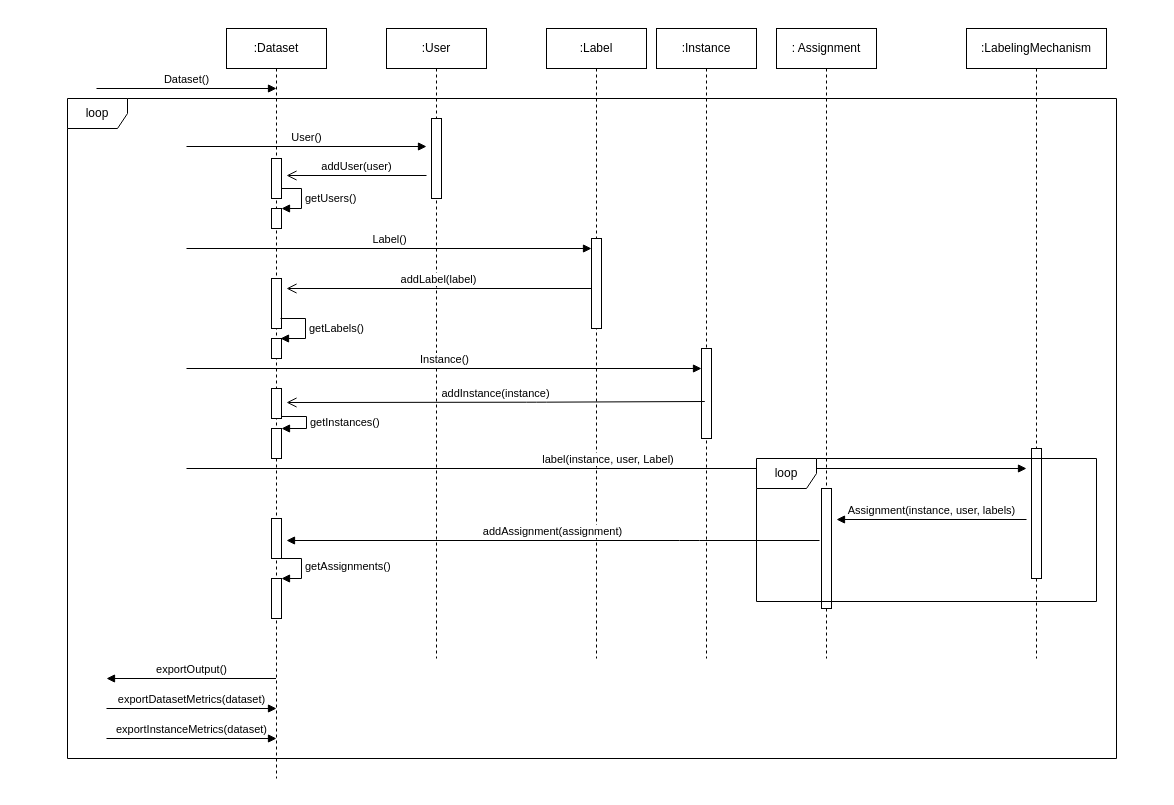
The draw.io diagram page "Page-1" (1 of 3) of iteration3/DSD.drawio in alperdokay/CSE3063F20P1_GRP20, before the edit. Source tidied: cells renumbered, new cells numbered last; positions are measured from the earlier drawing's top-left corner, leaving out a move shared by most shapes. Both pictures are drawn from the tidied source at 100%, with x=0, y=0 at pixel (67, 28).
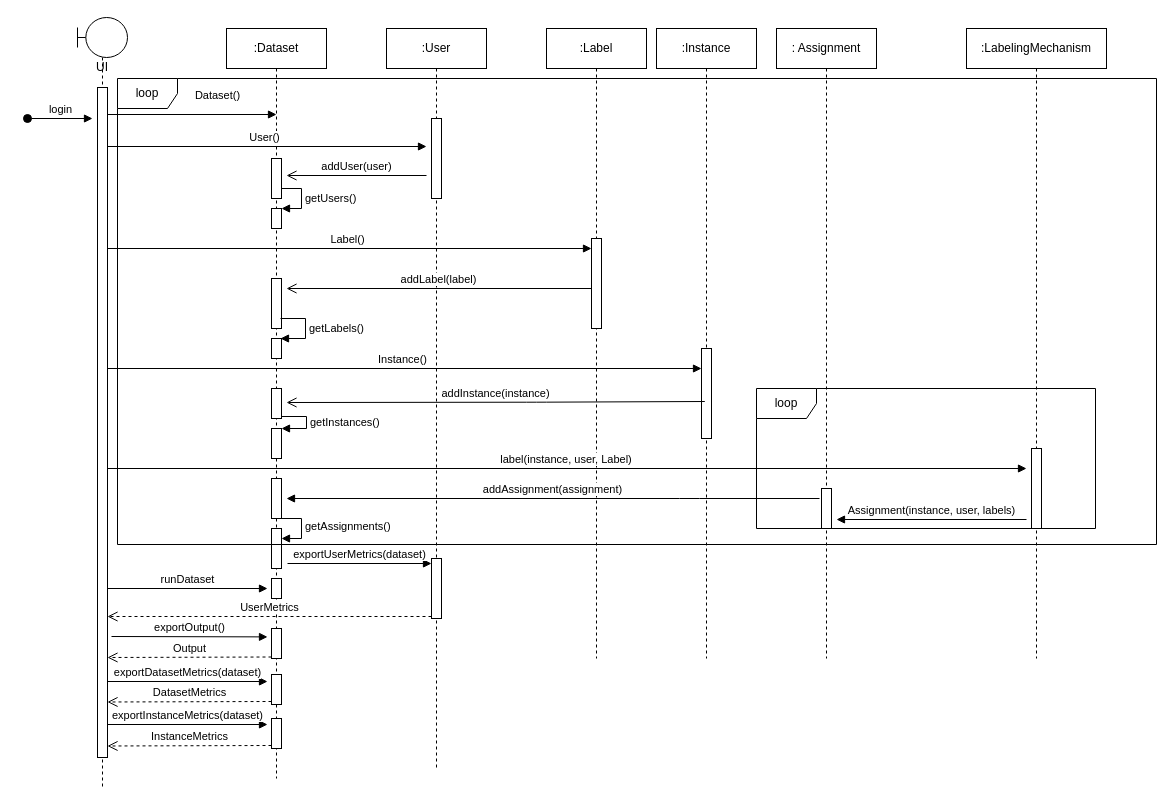
The same diagram, later.

The change refers to these unchanged cells:
```xml
<mxCell id="2" value=":Dataset" style="shape=umlLifeline;perimeter=lifelinePerimeter;whiteSpace=wrap;html=1;outlineConnect=0;" parent="1" vertex="1">
  <mxGeometry x="159" width="100" height="750" as="geometry" />
</mxCell>
<mxCell id="18" value=":Instance" style="shape=umlLifeline;perimeter=lifelinePerimeter;whiteSpace=wrap;html=1;" parent="1" vertex="1">
  <mxGeometry x="589" width="100" height="630" as="geometry" />
</mxCell>
<mxCell id="21" value=": Assignment" style="shape=umlLifeline;perimeter=lifelinePerimeter;whiteSpace=wrap;html=1;" parent="1" vertex="1">
  <mxGeometry x="709" width="100" height="630" as="geometry" />
</mxCell>
<mxCell id="23" value=":LabelingMechanism" style="shape=umlLifeline;perimeter=lifelinePerimeter;whiteSpace=wrap;html=1;" parent="1" vertex="1">
  <mxGeometry x="899" width="140" height="630" as="geometry" />
</mxCell>
```

Diff of the diagram source:
```diff
@@
-    <mxCell id="11" style="html=1;perimeter=orthogonalPerimeter;" parent="2" vertex="1">
-      <mxGeometry x="45" y="490" width="10" height="40" as="geometry" />
-    </mxCell>
-    <mxCell id="12" style="html=1;points=[];perimeter=orthogonalPerimeter;" parent="2" vertex="1">
-      <mxGeometry x="45" y="550" width="10" height="40" as="geometry" />
-    </mxCell>
+    <mxCell id="40" style="html=1;perimeter=orthogonalPerimeter;" parent="2" vertex="1">
+      <mxGeometry x="45" y="450" width="10" height="40" as="geometry" />
+    </mxCell>
+    <mxCell id="41" style="html=1;perimeter=orthogonalPerimeter;" parent="2" vertex="1">
+      <mxGeometry x="45" y="500" width="10" height="40" as="geometry" />
+    </mxCell>
-    <mxCell id="13" value="getAssignments()" style="edgeStyle=orthogonalEdgeStyle;html=1;align=left;spacingLeft=2;endArrow=block;rounded=0;entryX=1;entryY=0;" parent="2" edge="1" target="12">
+    <mxCell id="13" value="getAssignments()" style="edgeStyle=orthogonalEdgeStyle;html=1;align=left;spacingLeft=2;endArrow=block;rounded=0;entryX=1;entryY=0;" parent="2" edge="1">
       <mxGeometry relative="1" as="geometry">
-        <mxPoint x="50" y="530" as="sourcePoint" />
+        <mxPoint x="50" y="490" as="sourcePoint" />
+        <mxPoint x="55" y="510" as="targetPoint" />
         <Array as="points">
-          <mxPoint x="75" y="530" />
+          <mxPoint x="75" y="490" />
         </Array>
       </mxGeometry>
     </mxCell>
+    <mxCell id="42" style="html=1;perimeter=orthogonalPerimeter;" parent="2" vertex="1">
+      <mxGeometry x="45" y="550" width="10" height="20" as="geometry" />
+    </mxCell>
+    <mxCell id="43" style="html=1;points=[];perimeter=orthogonalPerimeter;" parent="2" vertex="1">
+      <mxGeometry x="45" y="600" width="10" height="30" as="geometry" />
+    </mxCell>
+    <mxCell id="44" style="html=1;perimeter=orthogonalPerimeter;" parent="2" vertex="1">
+      <mxGeometry x="45" y="646" width="10" height="30" as="geometry" />
+    </mxCell>
+    <mxCell id="45" style="html=1;perimeter=orthogonalPerimeter;" parent="2" vertex="1">
+      <mxGeometry x="45" y="690" width="10" height="30" as="geometry" />
+    </mxCell>
     <mxCell id="14" value=":User" style="shape=umlLifeline;perimeter=lifelinePerimeter;whiteSpace=wrap;html=1;" parent="1" vertex="1">
-      <mxGeometry x="319" width="100" height="630" as="geometry" />
+      <mxGeometry x="319" width="100" height="740" as="geometry" />
     </mxCell>
@@
+    <mxCell id="46" style="html=1;perimeter=orthogonalPerimeter;" parent="14" vertex="1">
+      <mxGeometry x="45" y="530" width="10" height="60" as="geometry" />
+    </mxCell>
@@
-    <mxCell id="19" value="Instance()" style="html=1;verticalAlign=bottom;endArrow=block;entryX=0;entryY=0;" parent="18" edge="1">
+    <mxCell id="19" value="Instance()" style="html=1;verticalAlign=bottom;endArrow=block;entryX=0;entryY=0;" parent="18" edge="1" source="51">
       <mxGeometry relative="1" as="geometry">
-        <mxPoint x="-470" y="340" as="sourcePoint" />
         <mxPoint x="45" y="340" as="targetPoint" />
       </mxGeometry>
     </mxCell>
@@
-    <mxCell id="22" style="html=1;perimeter=orthogonalPerimeter;" parent="21" vertex="1">
-      <mxGeometry x="45" y="460" width="10" height="120" as="geometry" />
-    </mxCell>
+    <mxCell id="47" style="html=1;perimeter=orthogonalPerimeter;" parent="21" vertex="1">
+      <mxGeometry x="45" y="460" width="10" height="40" as="geometry" />
+    </mxCell>
@@
-    <mxCell id="24" style="html=1;perimeter=orthogonalPerimeter;" parent="23" vertex="1">
-      <mxGeometry x="65" y="420" width="10" height="130" as="geometry" />
-    </mxCell>
+    <mxCell id="48" style="html=1;perimeter=orthogonalPerimeter;" parent="23" vertex="1">
+      <mxGeometry x="65" y="420" width="10" height="80" as="geometry" />
+    </mxCell>
     <mxCell id="25" value="Dataset()" style="html=1;verticalAlign=bottom;endArrow=block;" parent="1" edge="1">
-      <mxGeometry relative="1" as="geometry">
-        <mxPoint x="29" y="60" as="sourcePoint" />
-        <mxPoint x="209" y="60" as="targetPoint" />
+      <mxGeometry x="0.32" y="10" relative="1" as="geometry">
+        <mxPoint x="34.5" y="86" as="sourcePoint" />
+        <mxPoint x="209" y="86" as="targetPoint" />
       </mxGeometry>
     </mxCell>
@@
-    <mxCell id="27" value="Label()" style="html=1;verticalAlign=bottom;endArrow=block;entryX=0;entryY=0;" parent="1" edge="1">
+    <mxCell id="27" value="Label()" style="html=1;verticalAlign=bottom;endArrow=block;entryX=0;entryY=0;" parent="1" edge="1" source="51">
       <mxGeometry relative="1" as="geometry">
-        <mxPoint x="119" y="220" as="sourcePoint" />
         <mxPoint x="524" y="220" as="targetPoint" />
       </mxGeometry>
     </mxCell>
@@
-    <mxCell id="29" value="User()" style="html=1;verticalAlign=bottom;endArrow=block;entryX=0;entryY=0;" parent="1" edge="1">
+    <mxCell id="29" value="User()" style="html=1;verticalAlign=bottom;endArrow=block;entryX=0;entryY=0;" parent="1" edge="1" source="51">
       <mxGeometry relative="1" as="geometry">
-        <mxPoint x="119" y="118" as="sourcePoint" />
         <mxPoint x="359" y="118" as="targetPoint" />
       </mxGeometry>
     </mxCell>
@@
     <mxCell id="31" value="addAssignment(assignment)" style="html=1;verticalAlign=bottom;endArrow=block;" parent="1" edge="1">
       <mxGeometry relative="1" as="geometry">
-        <mxPoint x="752" y="512" as="sourcePoint" />
-        <mxPoint x="219" y="512" as="targetPoint" />
+        <mxPoint x="752" y="470" as="sourcePoint" />
+        <mxPoint x="219" y="470" as="targetPoint" />
         <Array as="points">
-          <mxPoint x="622" y="512" />
+          <mxPoint x="622" y="470" />
         </Array>
       </mxGeometry>
     </mxCell>
-    <mxCell id="32" value="&amp;nbsp;label(instance, user, Label)" style="html=1;verticalAlign=bottom;endArrow=block;" parent="1" edge="1">
+    <mxCell id="32" value="&amp;nbsp;label(instance, user, Label)" style="html=1;verticalAlign=bottom;endArrow=block;" parent="1" edge="1" source="51">
       <mxGeometry relative="1" as="geometry">
-        <mxPoint x="119" y="440" as="sourcePoint" />
         <mxPoint x="959" y="440" as="targetPoint" />
       </mxGeometry>
     </mxCell>
@@
+    <mxCell id="49" value="loop" style="shape=umlFrame;whiteSpace=wrap;html=1;" parent="1" vertex="1">
+      <mxGeometry x="689" y="360" width="339" height="140" as="geometry" />
+    </mxCell>
+    <mxCell id="50" value="loop" style="shape=umlFrame;whiteSpace=wrap;html=1;" parent="1" vertex="1">
+      <mxGeometry x="50" y="50" width="1039" height="466" as="geometry" />
+    </mxCell>
+    <mxCell id="37" value="getLabels()" style="edgeStyle=orthogonalEdgeStyle;html=1;align=left;spacingLeft=2;endArrow=block;rounded=0;" parent="1" edge="1">
+      <mxGeometry relative="1" as="geometry">
+        <mxPoint x="213" y="290" as="sourcePoint" />
+        <mxPoint x="213" y="310" as="targetPoint" />
+        <Array as="points">
+          <mxPoint x="238" y="290" />
+        </Array>
+      </mxGeometry>
+    </mxCell>
+    <mxCell id="51" value="UI" style="shape=umlLifeline;participant=umlBoundary;perimeter=lifelinePerimeter;whiteSpace=wrap;html=1;verticalAlign=top;spacingTop=36;outlineConnect=0;" parent="1" vertex="1">
+      <mxGeometry x="10" y="-11" width="50" height="770" as="geometry" />
+    </mxCell>
+    <mxCell id="52" style="html=1;perimeter=orthogonalPerimeter;" parent="51" vertex="1">
+      <mxGeometry x="20" y="70" width="10" height="670" as="geometry" />
+    </mxCell>
+    <mxCell id="53" value="login" style="html=1;verticalAlign=bottom;startArrow=oval;startFill=1;endArrow=block;startSize=8;" parent="1" edge="1">
+      <mxGeometry relative="1" as="geometry">
+        <mxPoint x="-40" y="90" as="sourcePoint" />
+        <mxPoint x="25" y="90" as="targetPoint" />
+      </mxGeometry>
+    </mxCell>
+    <mxCell id="54" value="runDataset" style="html=1;verticalAlign=bottom;endArrow=block;" parent="1" edge="1">
+      <mxGeometry relative="1" as="geometry">
+        <mxPoint x="40" y="560" as="sourcePoint" />
+        <mxPoint x="200" y="560" as="targetPoint" />
+      </mxGeometry>
+    </mxCell>
-    <mxCell id="34" value="exportOutput()" style="html=1;verticalAlign=bottom;endArrow=block;" parent="1" edge="1" source="2">
+    <mxCell id="34" value="exportOutput()" style="html=1;verticalAlign=bottom;endArrow=block;entryX=-0.4;entryY=0.013;entryDx=0;entryDy=0;entryPerimeter=0;" parent="1" edge="1">
       <mxGeometry relative="1" as="geometry">
-        <mxPoint x="39" y="650" as="targetPoint" />
+        <mxPoint x="44" y="608" as="sourcePoint" />
+        <mxPoint x="200" y="608.4" as="targetPoint" />
       </mxGeometry>
     </mxCell>
-    <mxCell id="35" value="loop" style="shape=umlFrame;whiteSpace=wrap;html=1;" parent="1" vertex="1">
-      <mxGeometry x="689" y="430" width="340" height="143" as="geometry" />
-    </mxCell>
-    <mxCell id="36" value="loop" style="shape=umlFrame;whiteSpace=wrap;html=1;" parent="1" vertex="1">
-      <mxGeometry y="70" width="1049" height="660" as="geometry" />
-    </mxCell>
-    <mxCell id="37" value="getLabels()" style="edgeStyle=orthogonalEdgeStyle;html=1;align=left;spacingLeft=2;endArrow=block;rounded=0;" parent="1" edge="1">
-      <mxGeometry relative="1" as="geometry">
-        <mxPoint x="213" y="290" as="sourcePoint" />
-        <mxPoint x="213" y="310" as="targetPoint" />
-        <Array as="points">
-          <mxPoint x="238" y="290" />
-        </Array>
-      </mxGeometry>
-    </mxCell>
+    <mxCell id="55" value="Output" style="html=1;verticalAlign=bottom;endArrow=open;dashed=1;endSize=8;exitX=0;exitY=0.95;" parent="1" edge="1" source="43">
+      <mxGeometry relative="1" as="geometry">
+        <mxPoint x="40" y="629" as="targetPoint" />
+      </mxGeometry>
+    </mxCell>
+    <mxCell id="39" value="exportInstanceMetrics(dataset)" style="html=1;verticalAlign=bottom;endArrow=block;" parent="1" edge="1">
+      <mxGeometry relative="1" as="geometry">
+        <mxPoint x="40" y="696" as="sourcePoint" />
+        <mxPoint x="200" y="696" as="targetPoint" />
+      </mxGeometry>
+    </mxCell>
     <mxCell id="38" value="exportDatasetMetrics(dataset)" style="html=1;verticalAlign=bottom;endArrow=block;" parent="1" edge="1">
       <mxGeometry relative="1" as="geometry">
-        <mxPoint x="39" y="680" as="sourcePoint" />
-        <mxPoint x="209" y="680" as="targetPoint" />
+        <mxPoint x="40" y="653" as="sourcePoint" />
+        <mxPoint x="200" y="653" as="targetPoint" />
       </mxGeometry>
     </mxCell>
-    <mxCell id="39" value="exportInstanceMetrics(dataset)" style="html=1;verticalAlign=bottom;endArrow=block;" parent="1" edge="1">
-      <mxGeometry relative="1" as="geometry">
-        <mxPoint x="39" y="710" as="sourcePoint" />
-        <mxPoint x="209" y="710" as="targetPoint" />
-      </mxGeometry>
-    </mxCell>
+    <mxCell id="56" value="DatasetMetrics" style="html=1;verticalAlign=bottom;endArrow=open;dashed=1;endSize=8;exitX=0;exitY=0.95;" parent="1" edge="1">
+      <mxGeometry relative="1" as="geometry">
+        <mxPoint x="204" y="673" as="sourcePoint" />
+        <mxPoint x="40" y="673.5" as="targetPoint" />
+      </mxGeometry>
+    </mxCell>
+    <mxCell id="57" value="InstanceMetrics" style="html=1;verticalAlign=bottom;endArrow=open;dashed=1;endSize=8;exitX=0;exitY=0.95;" parent="1" edge="1">
+      <mxGeometry relative="1" as="geometry">
+        <mxPoint x="204" y="717" as="sourcePoint" />
+        <mxPoint x="40" y="717.5" as="targetPoint" />
+      </mxGeometry>
+    </mxCell>
+    <mxCell id="58" value="exportUserMetrics(dataset)" style="html=1;verticalAlign=bottom;endArrow=block;entryX=0;entryY=0;" parent="1" edge="1">
+      <mxGeometry relative="1" as="geometry">
+        <mxPoint x="220" y="535" as="sourcePoint" />
+        <mxPoint x="364" y="535" as="targetPoint" />
+      </mxGeometry>
+    </mxCell>
+    <mxCell id="59" value="UserMetrics" style="html=1;verticalAlign=bottom;endArrow=open;dashed=1;endSize=8;exitX=0;exitY=0.95;" parent="1" edge="1">
+      <mxGeometry relative="1" as="geometry">
+        <mxPoint x="364" y="588" as="sourcePoint" />
+        <mxPoint x="40" y="588" as="targetPoint" />
+      </mxGeometry>
+    </mxCell>
```
